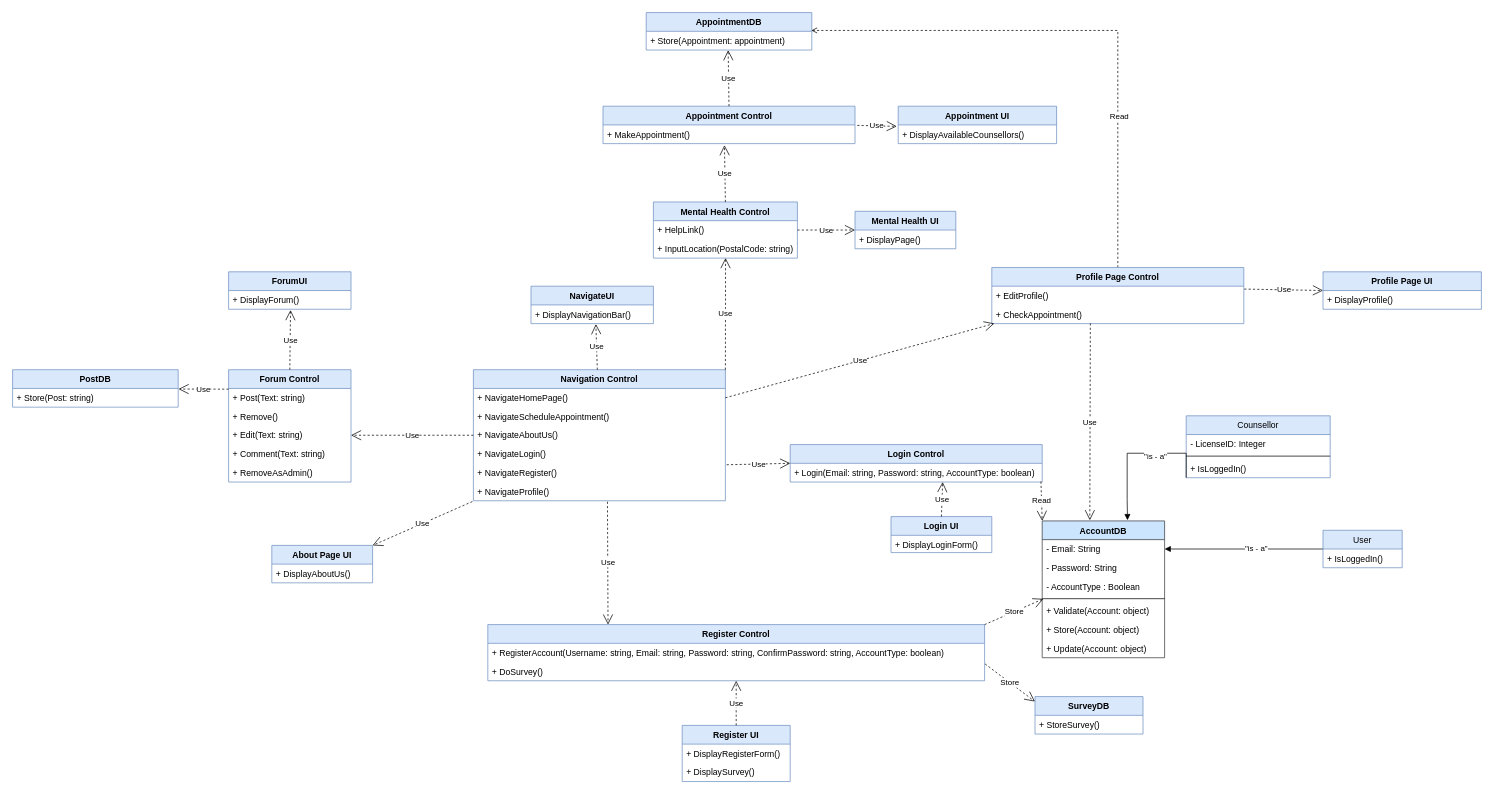
This is page "Complete Class Diagram" (9 of 10) of Untitled Diagram.drawio from EliezerOng/CZ2006-Web-Devz, a draw.io file, before an edit. Source tidied: cells renumbered, new cells numbered last; positions are measured from the earlier drawing's top-left corner, leaving out a move shared by most shapes. Both pictures are drawn from the tidied source at 72%, with x=0, y=0 at pixel (12, 12).
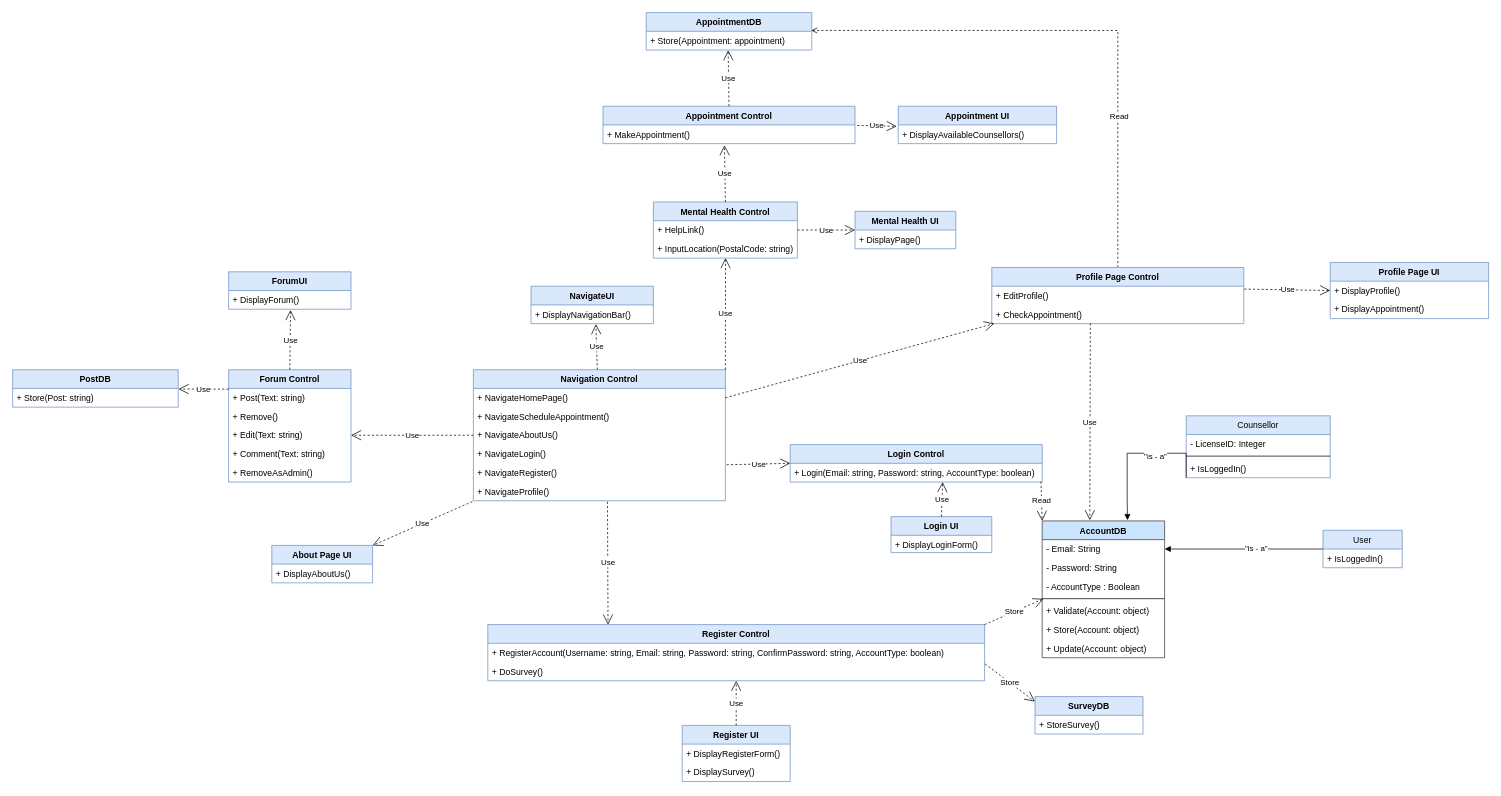
The same page after the edit.

Change to the diagram source:
```diff
@@
     <mxCell id="90" value="Profile Page UI" style="swimlane;fontStyle=1;horizontal=1;startSize=26;fillColor=#dae8fc;strokeColor=#6c8ebf;" parent="1" vertex="1">
-      <mxGeometry x="1820" y="360" width="220" height="52" as="geometry" />
+      <mxGeometry x="1830" y="347" width="220" height="78" as="geometry" />
     </mxCell>
@@
+    <mxCell id="93" value="+ DisplayAppointment()" style="text;strokeColor=none;fillColor=none;align=left;verticalAlign=top;spacingLeft=4;spacingRight=4;overflow=hidden;" parent="90" vertex="1">
+      <mxGeometry y="52" width="220" height="26" as="geometry" />
+    </mxCell>
```
